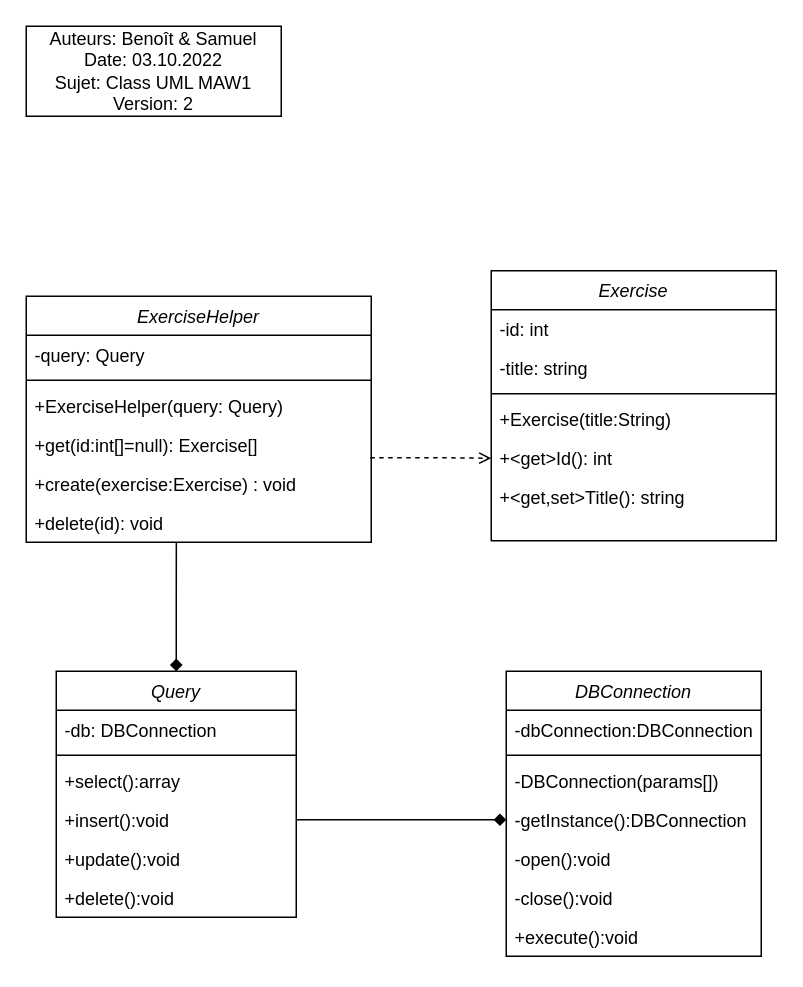
The draw.io diagram modelisation/ClassUML.drawio in CPNV-ES/MAW1-BPT-SMD, before the edit. Source tidied: cells renumbered, new cells numbered last; positions are measured from the earlier drawing's top-left corner, leaving out a move shared by most shapes. Both pictures are drawn from the tidied source at 150%, with x=0, y=0 at pixel (26, 26).
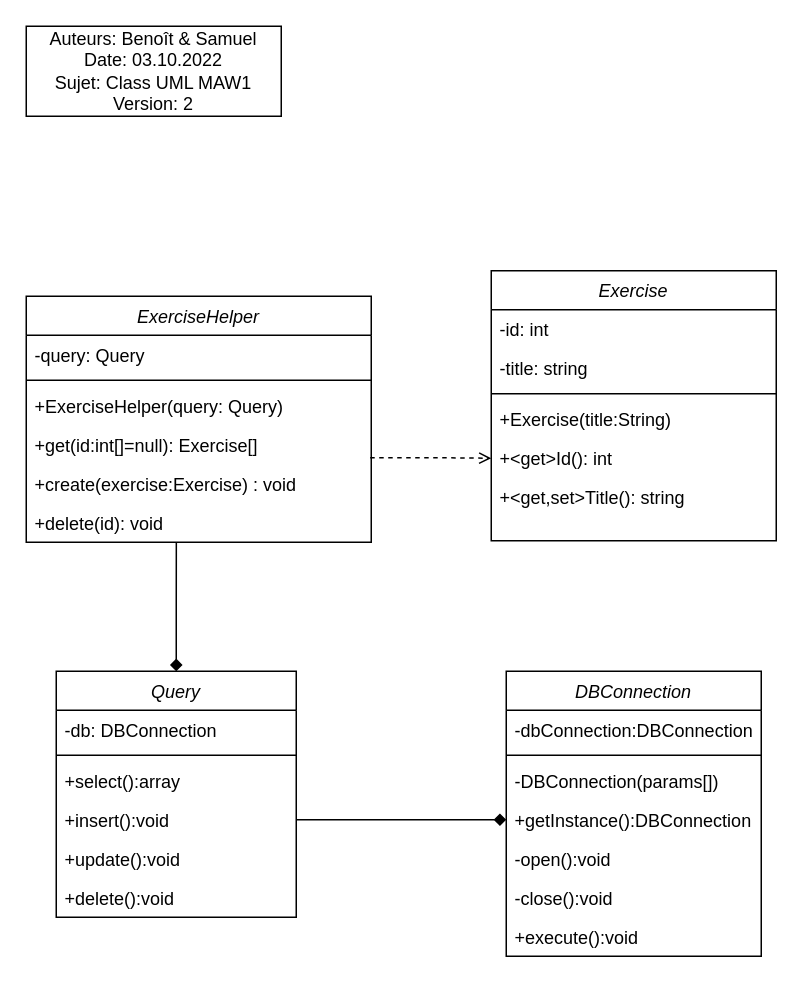
Above is the later version.

The change refers to these unchanged cells:
```xml
<mxCell id="2" value="DBConnection" style="swimlane;fontStyle=2;align=center;verticalAlign=top;horizontal=1;startSize=26;rounded=0;shadow=0;strokeWidth=1;" parent="1" vertex="1">
  <mxGeometry x="320" y="430" width="170" height="190" as="geometry" />
</mxCell>
```

Diff of the diagram source:
```diff
@@
-    <mxCell id="6" value="-getInstance():DBConnection" style="text;align=left;verticalAlign=top;spacingLeft=4;spacingRight=4;overflow=hidden;points=[[0,0.5],[1,0.5]];portConstraint=eastwest;" parent="2" vertex="1">
+    <mxCell id="6" value="+getInstance():DBConnection" style="text;align=left;verticalAlign=top;spacingLeft=4;spacingRight=4;overflow=hidden;points=[[0,0.5],[1,0.5]];portConstraint=eastwest;" parent="2" vertex="1">
       <mxGeometry y="86" width="170" height="26" as="geometry" />
     </mxCell>
```
